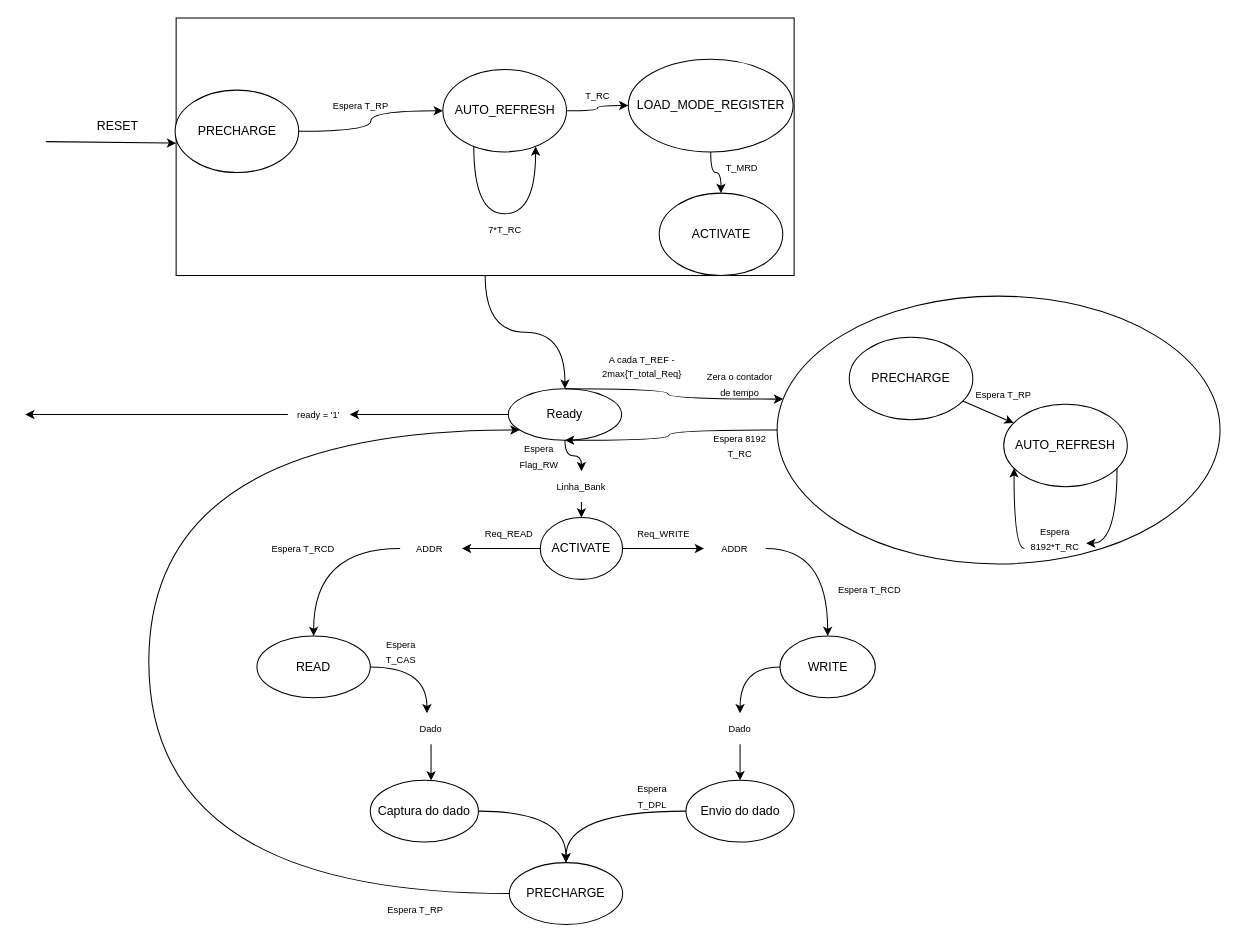
Before: P3/diagramas/Diagrama_estados_dram_controller.drawio in caio-unicamp/MC613_Best_Group, a draw.io diagram. Source tidied: cells renumbered, new cells numbered last; positions are measured from the earlier drawing's top-left corner, leaving out a move shared by most shapes. Both pictures are drawn from the tidied source at 103%, with x=0, y=0 at pixel (25, 18).
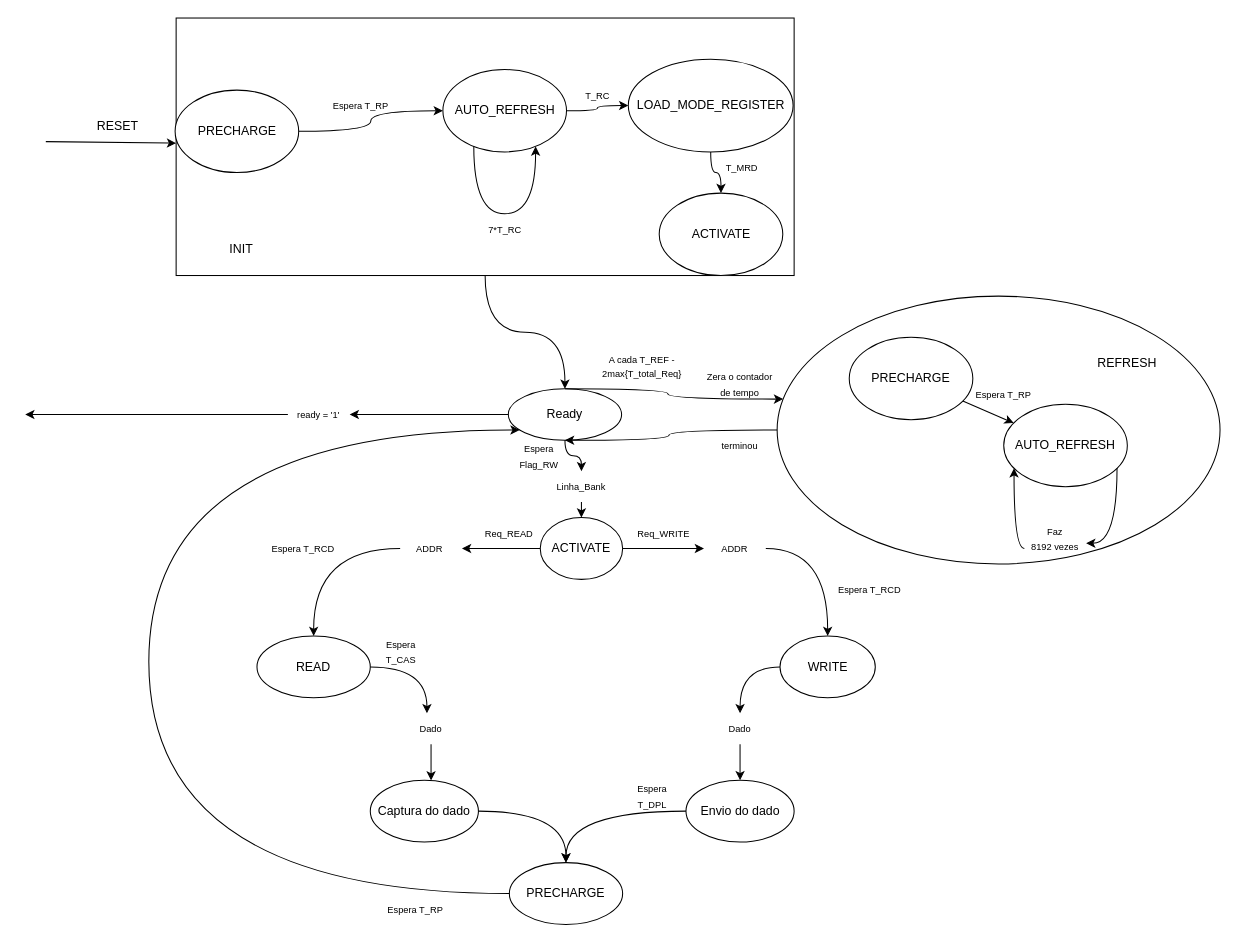
After the change.

The change refers to these unchanged cells:
```xml
<mxCell id="37" style="group;" parent="1" vertex="1">
  <mxGeometry x="145.5" width="601" height="250" as="geometry" />
</mxCell>
<mxCell id="61" style="group;" parent="1" vertex="1">
  <mxGeometry x="800" y="310" width="270" height="210" as="geometry" />
</mxCell>
```

Diff of the diagram source:
```diff
@@
-    <mxCell id="7" value="&lt;font style=&quot;font-size: 9px;&quot;&gt;Espera 8192 T_RC&lt;/font&gt;" style="text;html=1;whiteSpace=wrap;strokeColor=none;fillColor=none;align=center;verticalAlign=middle;rounded=0;" parent="1" vertex="1">
+    <mxCell id="7" value="&lt;font style=&quot;font-size: 9px;&quot;&gt;terminou&lt;/font&gt;" style="text;html=1;whiteSpace=wrap;strokeColor=none;fillColor=none;align=center;verticalAlign=middle;rounded=0;" parent="1" vertex="1">
       <mxGeometry x="659" y="400" width="70" height="30" as="geometry" />
     </mxCell>
@@
+    <mxCell id="69" value="INIT" style="text;html=1;whiteSpace=wrap;strokeColor=none;fillColor=none;align=center;verticalAlign=middle;rounded=0;" parent="37" vertex="1">
+      <mxGeometry x="34.5" y="210" width="60" height="30" as="geometry" />
+    </mxCell>
@@
-    <mxCell id="67" value="&lt;font style=&quot;font-size: 9px;&quot;&gt;Espera 8192*T_RC&lt;/font&gt;" style="text;html=1;whiteSpace=wrap;strokeColor=none;fillColor=none;align=center;verticalAlign=middle;rounded=0;" parent="61" vertex="1">
+    <mxCell id="67" value="&lt;font style=&quot;font-size: 9px;&quot;&gt;Faz&lt;/font&gt;&lt;div&gt;&lt;font style=&quot;font-size: 9px;&quot;&gt;8192 vezes&lt;/font&gt;&lt;/div&gt;" style="text;html=1;whiteSpace=wrap;strokeColor=none;fillColor=none;align=center;verticalAlign=middle;rounded=0;" parent="61" vertex="1">
       <mxGeometry x="170" y="180" width="60" height="30" as="geometry" />
     </mxCell>
@@
+    <mxCell id="70" value="REFRESH" style="text;html=1;whiteSpace=wrap;strokeColor=none;fillColor=none;align=center;verticalAlign=middle;rounded=0;" parent="1" vertex="1">
+      <mxGeometry x="1040" y="320" width="60" height="30" as="geometry" />
+    </mxCell>
```
